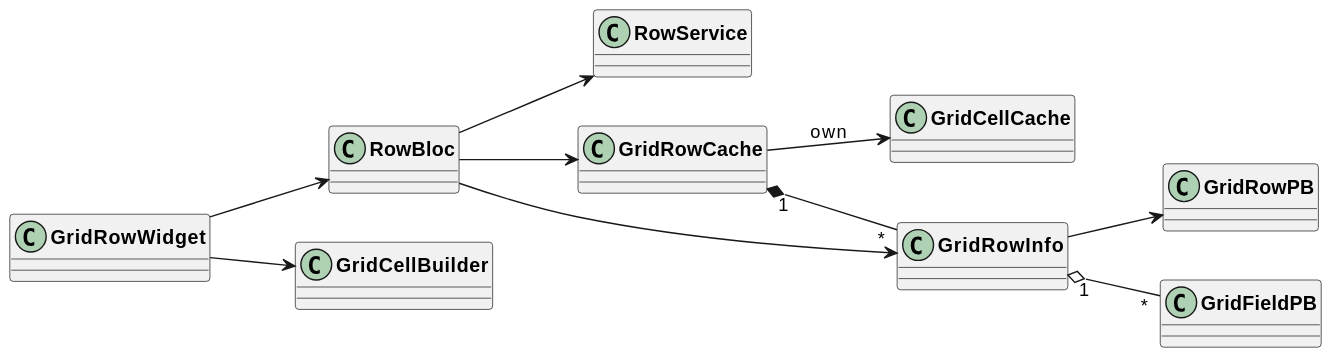
Before: uml/output/grid_row.svg, a diagram exported from PlantUML (AppFlowy-IO/AppFlowy-Docs).
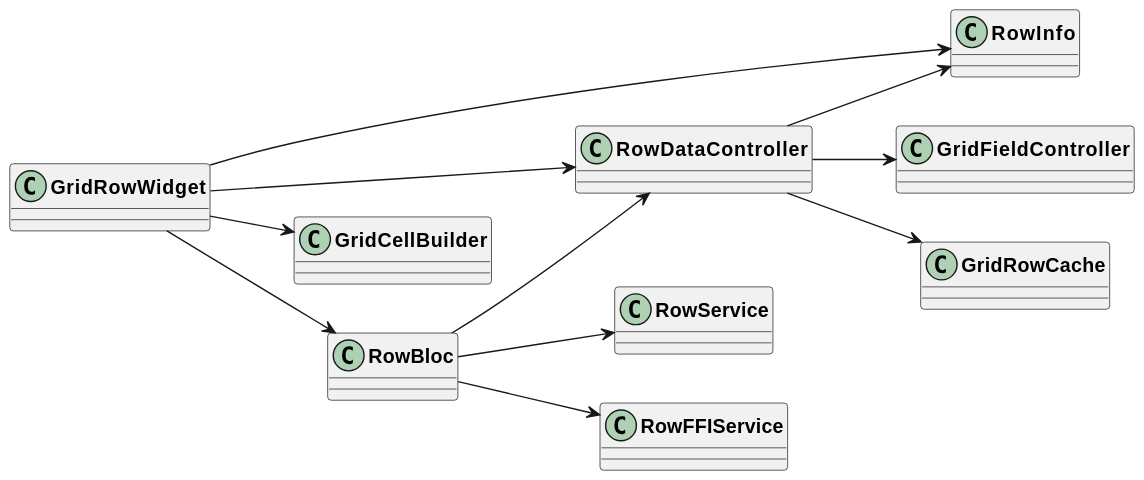
Later version of the same file.

Change to the diagram source:
```diff
@@ -4,15 +4,18 @@
 skinparam ActivityBorderColor DimGray
 left to right direction
 
+GridRowWidget --> RowInfo
+GridRowWidget --> RowDataController
+GridRowWidget --> GridCellBuilder
 GridRowWidget --> RowBloc
-GridRowWidget --> GridCellBuilder
 
 RowBloc --> RowService
 
-RowBloc --> GridRowCache
-GridRowCache --> GridCellCache: own
-GridRowCache "1" *-- "*" GridRowInfo
-GridRowInfo --> GridRowPB
-GridRowInfo "1" o-- "*" GridFieldPB
-RowBloc --> GridRowInfo
+RowBloc --> RowFFIService
+RowBloc --> RowDataController
+
+RowDataController --> RowInfo
+RowDataController --> GridFieldController
+RowDataController --> GridRowCache
+
 @enduml
```
